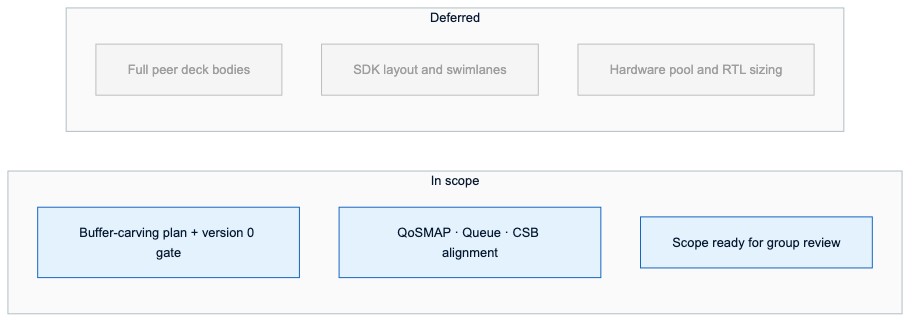
Before: assets/diagrams/b6/b6-slide06-boundaries.png, a diagram exported from Mermaid (upscale-ai-network/agent-template). Its source is kept beside it as assets/diagrams/b6/b6-slide06-boundaries.mmd.
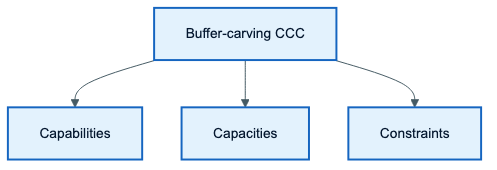
After the change.

Change to the diagram source:
```diff
@@ -1,18 +1,9 @@
-%%{init: {'theme': 'base', 'themeVariables': { 'fontSize': '13px'}}}%%
-flowchart LR
-  subgraph IN["In scope"]
-    I1["Buffer-carving plan + version 0 gate"]
-    I2["QoSMAP · Queue · CSB alignment"]
-    I3["Scope ready for group review"]
-  end
-  subgraph OUT["Deferred"]
-    O1["Full peer deck bodies"]
-    O2["SDK layout and swimlanes"]
-    O3["Hardware pool and RTL sizing"]
-  end
+%%{init: {'theme': 'base', 'themeVariables': { 'fontSize': '14px'}}}%%
+flowchart TB
+  R["Buffer-carving CCC"]
+  R --> C1["Capabilities"]
+  R --> C2["Capacities"]
+  R --> C3["Constraints"]
 
-  classDef program fill:#E3F2FD,stroke:#1565C0,color:#051830
-  classDef muted fill:#F5F5F5,stroke:#BDBDBD,color:#9E9E9E
-
-  class I1,I2,I3 program
-  class O1,O2,O3 muted
+  classDef program fill:#E3F2FD,stroke:#1565C0,color:#051830,stroke-width:2px
+  class R,C1,C2,C3 program
```
